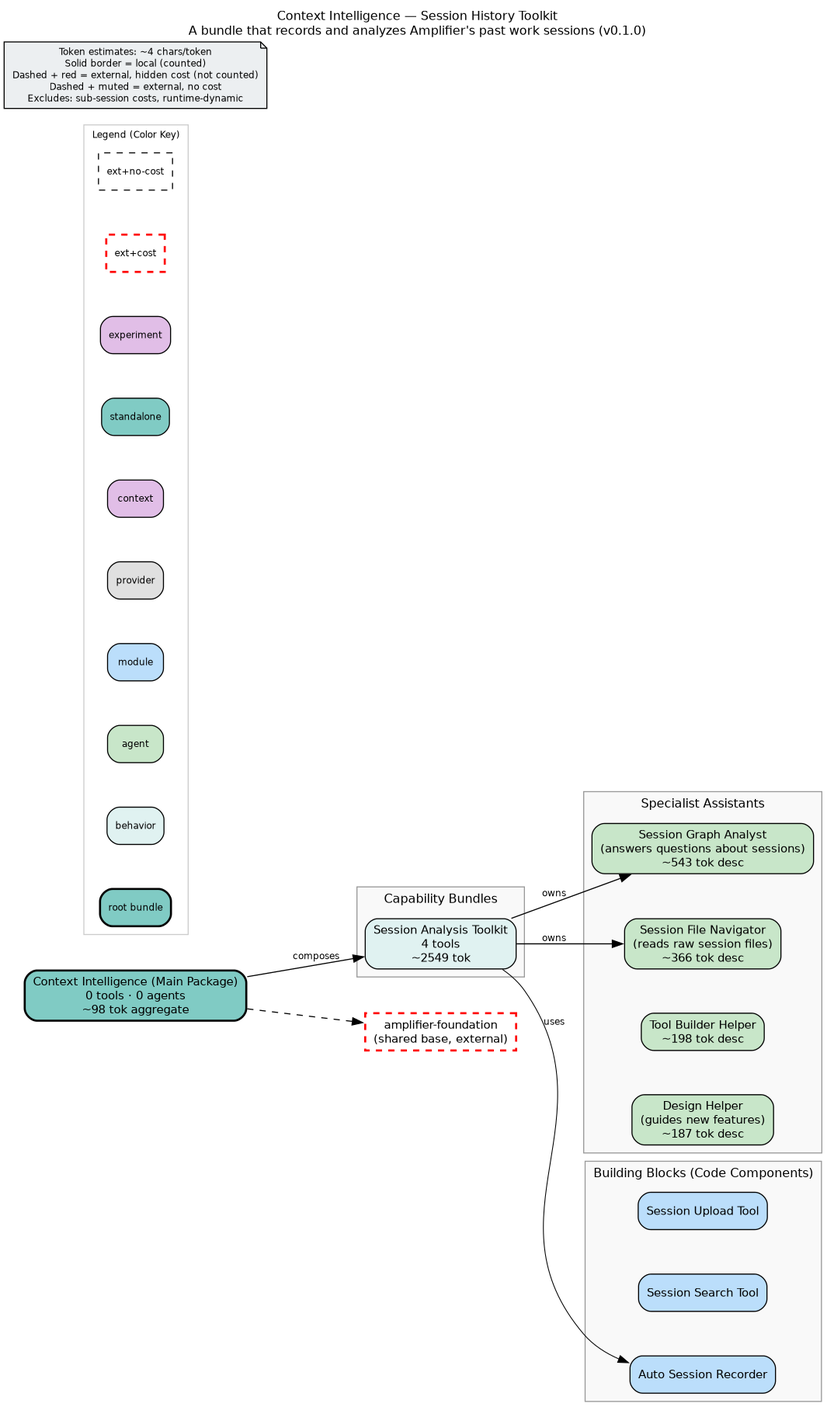
Earlier version of the Graphviz export bundle.png (microsoft/amplifier-bundle-context-intelligence). Its source is kept beside it as bundle.dot.
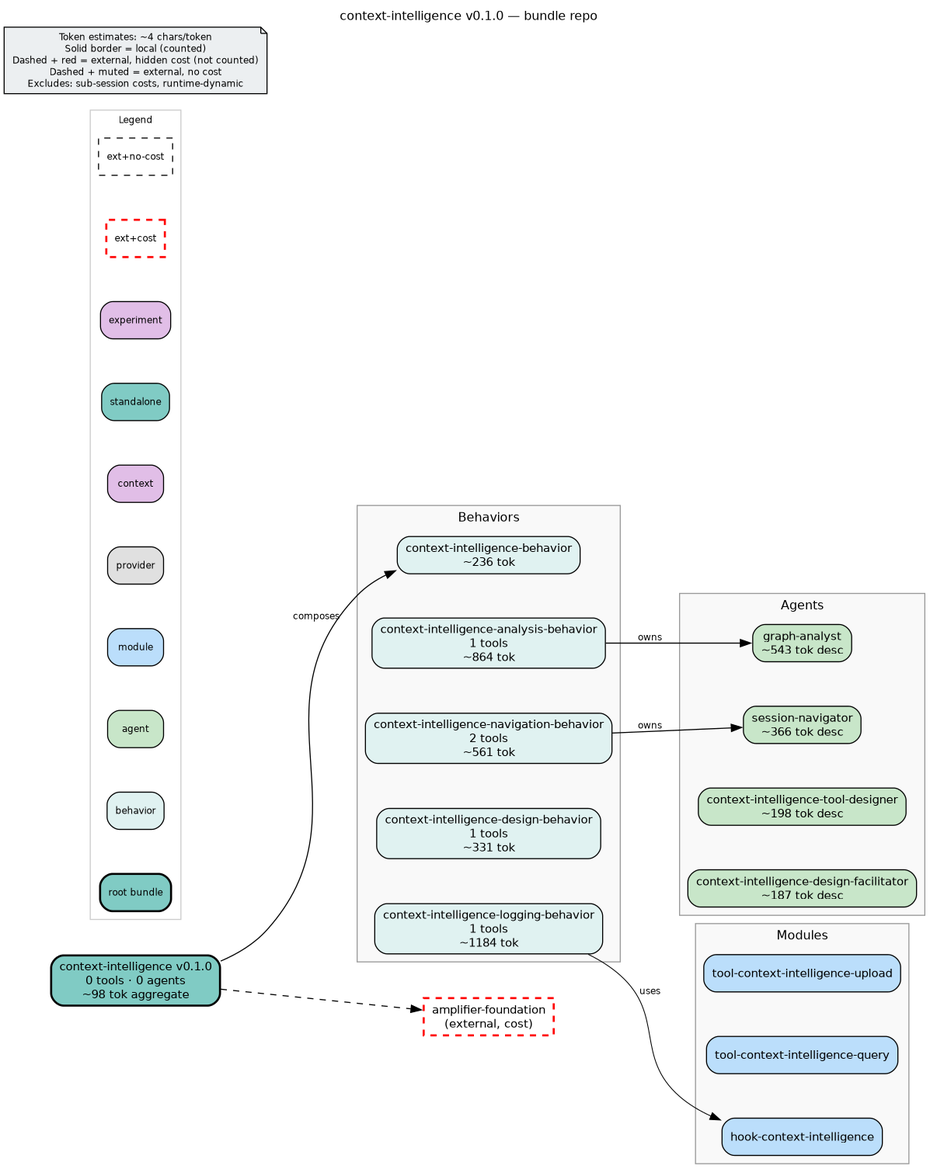
The same diagram one commit later.

Commit message:
docs: bundle docs for the behaviour split — regenerate bundle.dot, add skill-sync-flow diagram, update README

Diff of the diagram source:
```diff
@@ -2,53 +2,57 @@
     rankdir=LR
     fontname="Helvetica"
     fontsize=12
-    label="Context Intelligence — Session History Toolkit\nA bundle that records and analyzes Amplifier's past work sessions (v0.1.0)"
+    label="context-intelligence v0.1.0 — bundle repo"
     labelloc=t
     labeljust=c
     nodesep=0.6
     ranksep=0.7
     bgcolor="white"
-    source_hash="4636e62f1ae10ff3f60e2b22dcb755c49a7851ad51669ebb1fcb900c54a33559"
+    source_hash="ff1d6a9692415633ceafa3389694c17aa82f8f3d8296b1f7c440c9fb815ea5d2"
 
     node [fontname="Helvetica", fontsize=11, style="filled,rounded"]
     edge [fontname="Helvetica", fontsize=9]
 
-    root_context_intelligence [label="Context Intelligence (Main Package)\n0 tools · 0 agents\n~98 tok aggregate", shape=box, fillcolor="#80cbc4", style="filled,rounded,bold", penwidth=2]
+    root_context_intelligence [label="context-intelligence v0.1.0\n0 tools · 0 agents\n~98 tok aggregate", shape=box, fillcolor="#80cbc4", style="filled,rounded,bold", penwidth=2]
 
     subgraph cluster_behaviors {
-        label="Capability Bundles"
+        label="Behaviors"
         style="filled"
         fillcolor="#f9f9f9"
         color="#999999"
 
-        beh_context_intelligence_behavior [label="Session Analysis Toolkit\n4 tools\n~2549 tok", shape=box, fillcolor="#e0f2f1", style="filled,rounded"]
+        beh_context_intelligence_analysis_behavior [label="context-intelligence-analysis-behavior\n1 tools\n~864 tok", shape=box, fillcolor="#e0f2f1", style="filled,rounded"]
+        beh_context_intelligence_design_behavior [label="context-intelligence-design-behavior\n1 tools\n~331 tok", shape=box, fillcolor="#e0f2f1", style="filled,rounded"]
+        beh_context_intelligence_logging_behavior [label="context-intelligence-logging-behavior\n1 tools\n~1184 tok", shape=box, fillcolor="#e0f2f1", style="filled,rounded"]
+        beh_context_intelligence_navigation_behavior [label="context-intelligence-navigation-behavior\n2 tools\n~561 tok", shape=box, fillcolor="#e0f2f1", style="filled,rounded"]
+        beh_context_intelligence_behavior [label="context-intelligence-behavior\n~236 tok", shape=box, fillcolor="#e0f2f1", style="filled,rounded"]
     }
 
     subgraph cluster_agents {
-        label="Specialist Assistants"
+        label="Agents"
         style="filled"
         fillcolor="#f9f9f9"
         color="#999999"
 
-        agt_context_intelligence_design_facilitator [label="Design Helper\n(guides new features)\n~187 tok desc", shape=box, fillcolor="#c8e6c9", style="filled,rounded"]
-        agt_context_intelligence_tool_designer [label="Tool Builder Helper\n~198 tok desc", shape=box, fillcolor="#c8e6c9", style="filled,rounded"]
-        agt_graph_analyst [label="Session Graph Analyst\n(answers questions about sessions)\n~543 tok desc", shape=box, fillcolor="#c8e6c9", style="filled,rounded"]
-        agt_session_navigator [label="Session File Navigator\n(reads raw session files)\n~366 tok desc", shape=box, fillcolor="#c8e6c9", style="filled,rounded"]
+        agt_context_intelligence_design_facilitator [label="context-intelligence-design-facilitator\n~187 tok desc", shape=box, fillcolor="#c8e6c9", style="filled,rounded"]
+        agt_context_intelligence_tool_designer [label="context-intelligence-tool-designer\n~198 tok desc", shape=box, fillcolor="#c8e6c9", style="filled,rounded"]
+        agt_graph_analyst [label="graph-analyst\n~543 tok desc", shape=box, fillcolor="#c8e6c9", style="filled,rounded"]
+        agt_session_navigator [label="session-navigator\n~366 tok desc", shape=box, fillcolor="#c8e6c9", style="filled,rounded"]
     }
 
     subgraph cluster_modules {
-        label="Building Blocks (Code Components)"
+        label="Modules"
         style="filled"
         fillcolor="#f9f9f9"
         color="#999999"
 
-        mod_hook_context_intelligence [label="Auto Session Recorder", shape=box, fillcolor="#bbdefb", style="filled,rounded"]
-        mod_tool_context_intelligence_query [label="Session Search Tool", shape=box, fillcolor="#bbdefb", style="filled,rounded"]
-        mod_tool_context_intelligence_upload [label="Session Upload Tool", shape=box, fillcolor="#bbdefb", style="filled,rounded"]
+        mod_hook_context_intelligence [label="hook-context-intelligence", shape=box, fillcolor="#bbdefb", style="filled,rounded"]
+        mod_tool_context_intelligence_query [label="tool-context-intelligence-query", shape=box, fillcolor="#bbdefb", style="filled,rounded"]
+        mod_tool_context_intelligence_upload [label="tool-context-intelligence-upload", shape=box, fillcolor="#bbdefb", style="filled,rounded"]
     }
 
     subgraph cluster_legend {
-        label="Legend (Color Key)"
+        label="Legend"
         style="filled"
         fillcolor="white"
         color="#cccccc"
@@ -68,11 +72,11 @@
 
     disclaimer [label="Token estimates: ~4 chars/token\nSolid border = local (counted)\nDashed + red = external, hidden cost (not counted)\nDashed + muted = external, no cost\nExcludes: sub-session costs, runtime-dynamic", shape=note, fillcolor="#eceff1", style="filled", fontsize=9]
 
-    ext_githttps___github_com_microsoft_amplifier_foundation_main [label="amplifier-foundation\n(shared base, external)", shape=box, fillcolor="#80cbc4", style="dashed", color="red", penwidth=2]
+    ext_githttps___github_com_microsoft_amplifier_foundation_main [label="amplifier-foundation\n(external, cost)", shape=box, fillcolor="#80cbc4", style="dashed", color="red", penwidth=2]
 
     root_context_intelligence -> ext_githttps___github_com_microsoft_amplifier_foundation_main [style=dashed]
     root_context_intelligence -> beh_context_intelligence_behavior [label="composes"]
-    beh_context_intelligence_behavior -> agt_graph_analyst [label="owns"]
-    beh_context_intelligence_behavior -> agt_session_navigator [label="owns"]
-    beh_context_intelligence_behavior -> mod_hook_context_intelligence [label="uses", penwidth=0.8]
+    beh_context_intelligence_analysis_behavior -> agt_graph_analyst [label="owns"]
+    beh_context_intelligence_logging_behavior -> mod_hook_context_intelligence [label="uses", penwidth=0.8]
+    beh_context_intelligence_navigation_behavior -> agt_session_navigator [label="owns"]
 }
```
